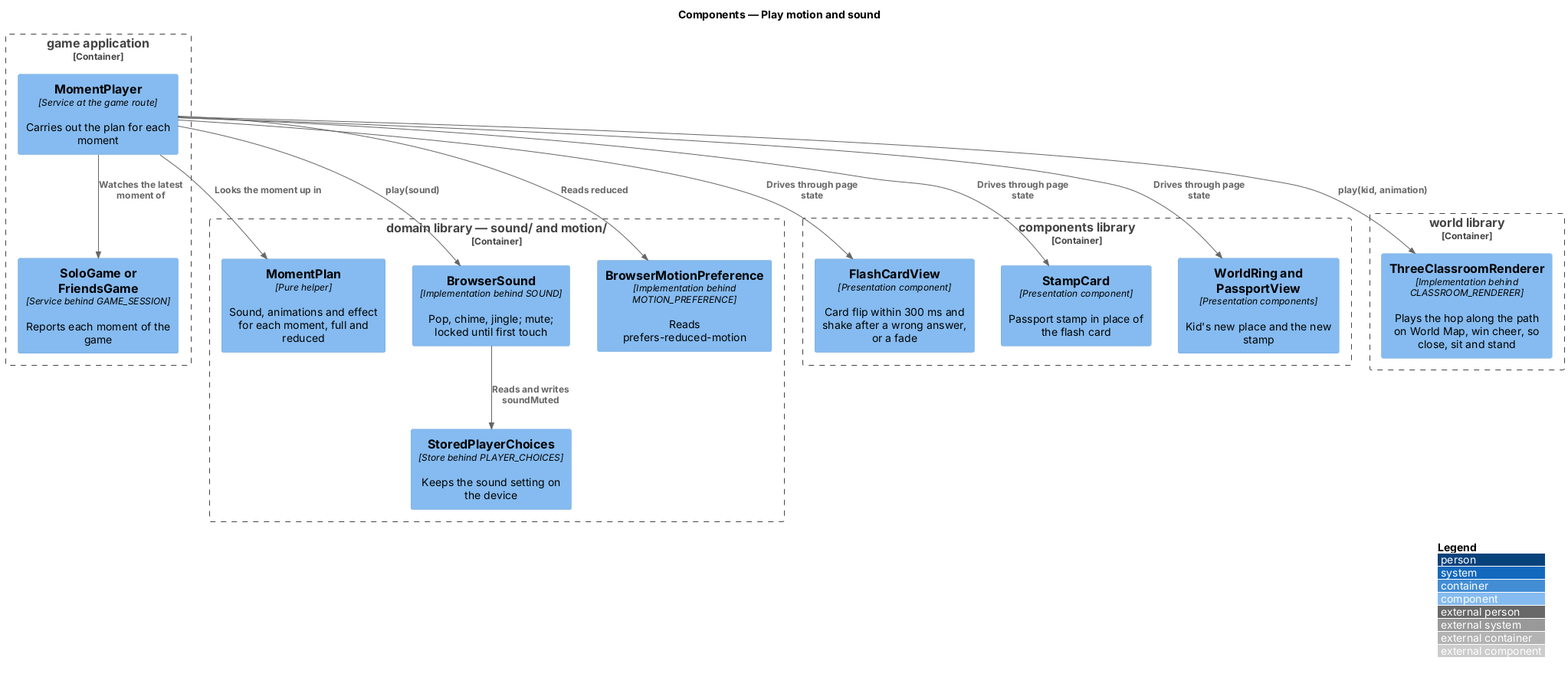
This is docs/detailed-designs/classroom/play-motion-and-sound/diagrams/c4-component.png from QuinntyneBrown/around-the-world, a PlantUML export, as it was before one commit. Its source is kept beside it as docs/detailed-designs/classroom/play-motion-and-sound/diagrams/c4-component.puml. Source of this version:
```plantuml
@startuml
!include <C4/C4_Component>
LAYOUT_WITH_LEGEND()
title Components — Play motion and sound

Container_Boundary(game, "game application") {
  Component(session, "SoloGame or FriendsGame", "Service behind GAME_SESSION", "Reports each moment of the game")
  Component(player, "MomentPlayer", "Service at the game route", "Carries out the plan for each moment")
}
Container_Boundary(domain, "domain library — sound/ and motion/") {
  Component(plan, "MomentPlan", "Pure helper", "Sound, animations and effect for each moment, full and reduced")
  Component(sound, "BrowserSound", "Implementation behind SOUND", "Pop, chime, jingle; mute; locked until first touch")
  Component(pref, "BrowserMotionPreference", "Implementation behind MOTION_PREFERENCE", "Reads prefers-reduced-motion")
  Component(choices, "StoredPlayerChoices", "Store behind PLAYER_CHOICES", "Keeps the sound setting on the device")
}
Container_Boundary(components, "components library") {
  Component(card, "FlashCardView", "Presentation component", "Card flip within 300 ms and shake after a wrong answer, or a fade")
  Component(stamp, "StampCard", "Presentation component", "Passport stamp in place of the flash card")
  Component(ring, "WorldRing and PassportView", "Presentation components", "Kid's new place and the new stamp")
}
Container_Boundary(world, "world library") {
  Component(renderer, "ThreeClassroomRenderer", "Implementation behind CLASSROOM_RENDERER", "Plays the hop along the path on World Map, win cheer, so close, sit and stand")
}
Rel(player, session, "Watches the latest moment of")
Rel(player, plan, "Looks the moment up in")
Rel(player, pref, "Reads reduced")
Rel(player, sound, "play(sound)")
Rel(player, renderer, "play(kid, animation)")
Rel(player, card, "Drives through page state")
Rel(player, stamp, "Drives through page state")
Rel(player, ring, "Drives through page state")
Rel(sound, choices, "Reads and writes soundMuted")
@enduml
```
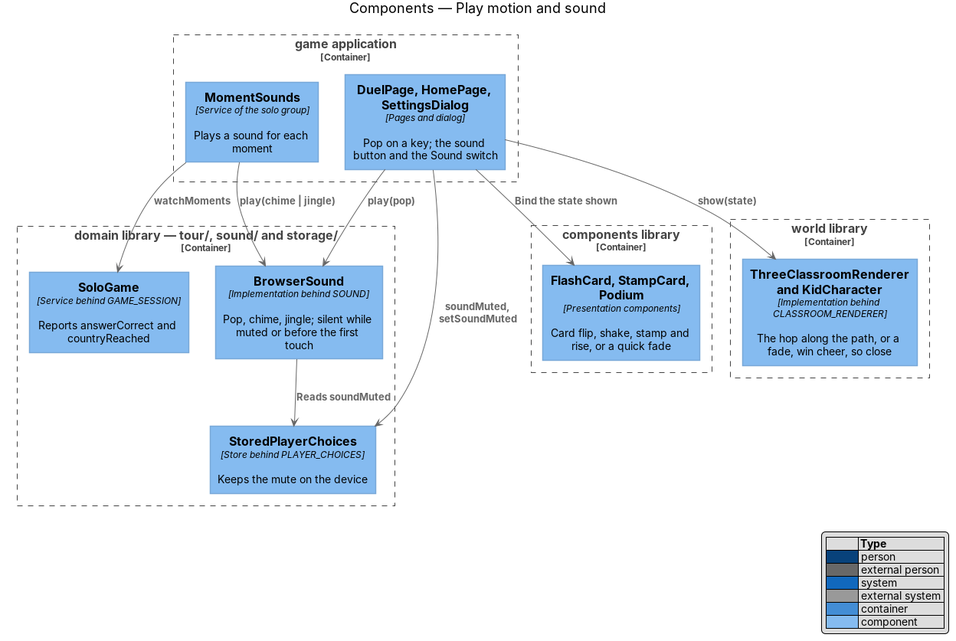
Later version of the same file.

Change to the diagram source:
```diff
@@ -4,30 +4,25 @@
 title Components — Play motion and sound
 
 Container_Boundary(game, "game application") {
-  Component(session, "SoloGame or FriendsGame", "Service behind GAME_SESSION", "Reports each moment of the game")
-  Component(player, "MomentPlayer", "Service at the game route", "Carries out the plan for each moment")
+  Component(moments, "MomentSounds", "Service of the solo group", "Plays a sound for each moment")
+  Component(pages, "DuelPage, HomePage, SettingsDialog", "Pages and dialog", "Pop on a key; the sound button and the Sound switch")
 }
-Container_Boundary(domain, "domain library — sound/ and motion/") {
-  Component(plan, "MomentPlan", "Pure helper", "Sound, animations and effect for each moment, full and reduced")
-  Component(sound, "BrowserSound", "Implementation behind SOUND", "Pop, chime, jingle; mute; locked until first touch")
-  Component(pref, "BrowserMotionPreference", "Implementation behind MOTION_PREFERENCE", "Reads prefers-reduced-motion")
-  Component(choices, "StoredPlayerChoices", "Store behind PLAYER_CHOICES", "Keeps the sound setting on the device")
+Container_Boundary(domain, "domain library — tour/, sound/ and storage/") {
+  Component(session, "SoloGame", "Service behind GAME_SESSION", "Reports answerCorrect and countryReached")
+  Component(sound, "BrowserSound", "Implementation behind SOUND", "Pop, chime, jingle; silent while muted or before the first touch")
+  Component(choices, "StoredPlayerChoices", "Store behind PLAYER_CHOICES", "Keeps the mute on the device")
 }
 Container_Boundary(components, "components library") {
-  Component(card, "FlashCardView", "Presentation component", "Card flip within 300 ms and shake after a wrong answer, or a fade")
-  Component(stamp, "StampCard", "Presentation component", "Passport stamp in place of the flash card")
-  Component(ring, "WorldRing and PassportView", "Presentation components", "Kid's new place and the new stamp")
+  Component(card, "FlashCard, StampCard, Podium", "Presentation components", "Card flip, shake, stamp and rise, or a quick fade")
 }
 Container_Boundary(world, "world library") {
-  Component(renderer, "ThreeClassroomRenderer", "Implementation behind CLASSROOM_RENDERER", "Plays the hop along the path on World Map, win cheer, so close, sit and stand")
+  Component(renderer, "ThreeClassroomRenderer and KidCharacter", "Implementation behind CLASSROOM_RENDERER", "The hop along the path, or a fade, win cheer, so close")
 }
-Rel(player, session, "Watches the latest moment of")
-Rel(player, plan, "Looks the moment up in")
-Rel(player, pref, "Reads reduced")
-Rel(player, sound, "play(sound)")
-Rel(player, renderer, "play(kid, animation)")
-Rel(player, card, "Drives through page state")
-Rel(player, stamp, "Drives through page state")
-Rel(player, ring, "Drives through page state")
-Rel(sound, choices, "Reads and writes soundMuted")
+Rel(moments, session, "watchMoments")
+Rel(moments, sound, "play(chime | jingle)")
+Rel(pages, sound, "play(pop)")
+Rel(pages, choices, "soundMuted, setSoundMuted")
+Rel(sound, choices, "Reads soundMuted")
+Rel(pages, card, "Bind the state shown")
+Rel(pages, renderer, "show(state)")
 @enduml
```
